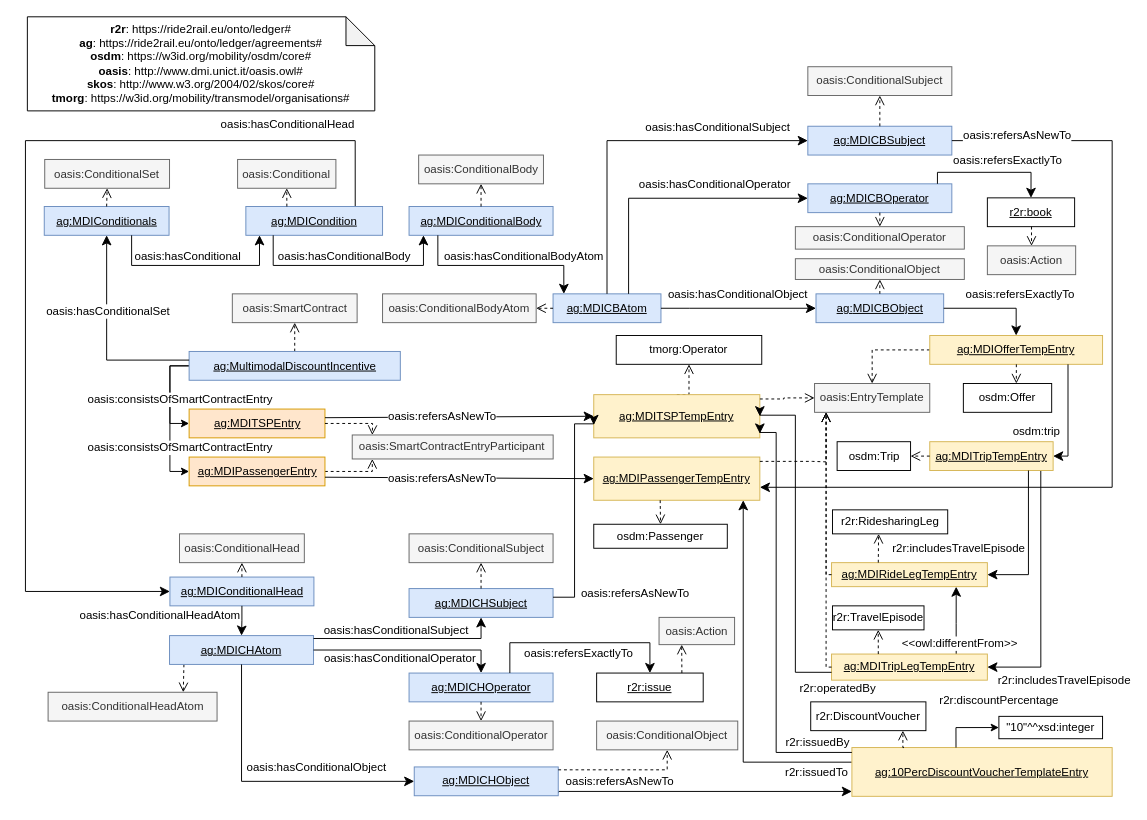
Earlier version of the draw.io diagram agreements/mdi-incentive.drawio.xml (Ride2Rail/agreement-ledger-ontology). Source tidied: cells renumbered, new cells numbered last; positions are measured from the earlier drawing's top-left corner, leaving out a move shared by most shapes. Both pictures are drawn from the tidied source at 96%, with x=0, y=0 at pixel (25, 16).
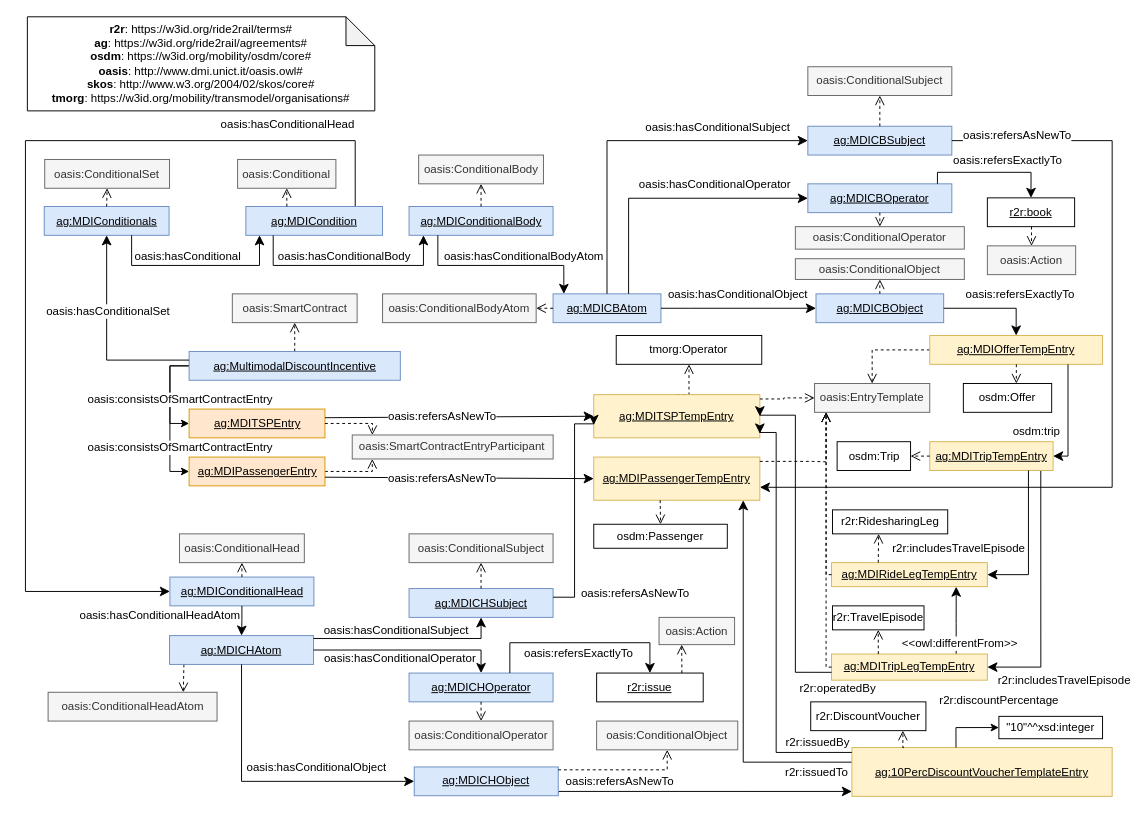
The same diagram, later.

What changed in the source:
```diff
@@
-    <mxCell id="137" value="&lt;div&gt;&lt;b&gt;r2r&lt;/b&gt;: https://ride2rail.eu/onto/ledger#&lt;br&gt;&lt;b&gt;ag&lt;/b&gt;: https://ride2rail.eu/onto/ledger/agreements#&lt;br&gt;&lt;/div&gt;&lt;div&gt;&lt;b&gt;osdm&lt;/b&gt;: https://w3id.org/mobility/osdm/core#&lt;br&gt;&lt;/div&gt;&lt;div&gt;&lt;b&gt;oasis&lt;/b&gt;:&amp;nbsp;http://www.dmi.unict.it/oasis.owl#&lt;br&gt;&lt;b&gt;skos&lt;/b&gt;: http://www.w3.org/2004/02/skos/core#&lt;br&gt;&lt;/div&gt;&lt;div&gt;&lt;b&gt;tmorg&lt;/b&gt;: https://w3id.org/mobility/transmodel/organisations#&lt;/div&gt;" style="shape=note;whiteSpace=wrap;html=1;backgroundOutline=1;darkOpacity=0.05;" parent="1" vertex="1">
+    <mxCell id="137" value="&lt;div&gt;&lt;b&gt;r2r&lt;/b&gt;: https://w3id.org/ride2rail/terms#&lt;br&gt;&lt;b&gt;ag&lt;/b&gt;: https://w3id.org/ride2rail/agreements#&lt;br&gt;&lt;/div&gt;&lt;div&gt;&lt;b&gt;osdm&lt;/b&gt;: https://w3id.org/mobility/osdm/core#&lt;br&gt;&lt;/div&gt;&lt;div&gt;&lt;b&gt;oasis&lt;/b&gt;:&amp;nbsp;http://www.dmi.unict.it/oasis.owl#&lt;br&gt;&lt;b&gt;skos&lt;/b&gt;: http://www.w3.org/2004/02/skos/core#&lt;br&gt;&lt;/div&gt;&lt;div&gt;&lt;b&gt;tmorg&lt;/b&gt;: https://w3id.org/mobility/transmodel/organisations#&lt;/div&gt;" style="shape=note;whiteSpace=wrap;html=1;backgroundOutline=1;darkOpacity=0.05;" parent="1" vertex="1">
       <mxGeometry x="2" width="361.9" height="98" as="geometry" />
     </mxCell>
```
